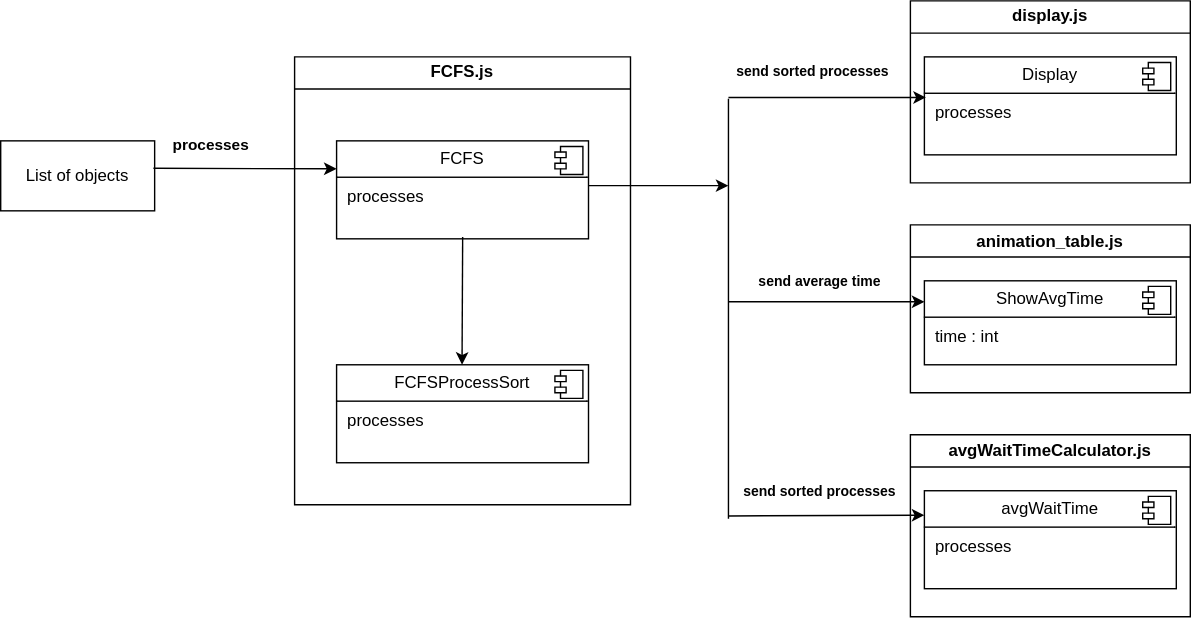
The draw.io diagram docs/Design/Diagrams/FCFS.drawio.svg in AmirShakibafar/OS-Visualizer, before a commit. Source tidied: cells renumbered, new cells last; positions are measured from the earlier drawing's top-left corner, leaving out a move shared by most shapes.
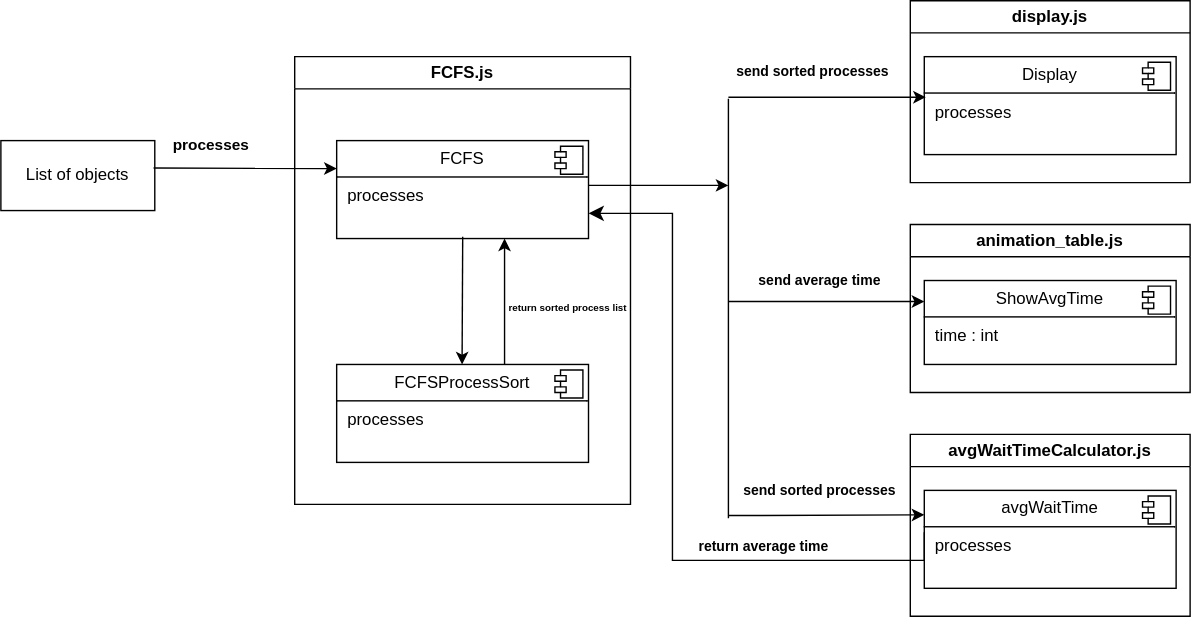
The same diagram one commit later.

Commit message:
made minor changes to fcfs diagram

Change to the diagram source:
```diff
@@ -52,6 +52,9 @@
         <mxPoint x="119.6" y="220" as="targetPoint" />
       </mxGeometry>
     </mxCell>
+    <mxCell id="32" value="&lt;font style=&quot;font-size: 7px;&quot;&gt;return sorted process list&lt;/font&gt;" style="text;align=center;fontStyle=1;verticalAlign=middle;spacingLeft=3;spacingRight=3;strokeColor=none;html=1;fontSize=7;" parent="13" vertex="1">
+      <mxGeometry x="150" y="170" width="90" height="20" as="geometry" />
+    </mxCell>
     <mxCell id="15" style="endArrow=classic;html=1;rounded=0;" parent="1" edge="1">
       <mxGeometry relative="1" as="geometry">
         <mxPoint x="420" y="132" as="sourcePoint" />
@@ -119,5 +122,25 @@
     <mxCell id="31" value="&lt;font style=&quot;font-size: 11px;&quot;&gt;processes&lt;/font&gt;" style="text;align=center;fontStyle=1;verticalAlign=middle;spacingLeft=3;spacingRight=3;strokeColor=none;html=1;" parent="1" vertex="1">
       <mxGeometry x="110" y="90" width="80" height="26" as="geometry" />
     </mxCell>
+    <mxCell id="33" value="&lt;font size=&quot;1&quot;&gt;return average time&lt;/font&gt;" style="text;align=center;fontStyle=1;verticalAlign=middle;spacingLeft=3;spacingRight=3;strokeColor=none;html=1;" parent="1" vertex="1">
+      <mxGeometry x="500" y="380" width="90" height="20" as="geometry" />
+    </mxCell>
+    <mxCell id="34" style="edgeStyle=segmentEdgeStyle;endArrow=classic;html=1;curved=0;rounded=0;endSize=8;startSize=8;sourcePerimeterSpacing=0;targetPerimeterSpacing=0;entryX=1;entryY=0.75;entryDx=0;entryDy=0;" parent="1" edge="1" target="9">
+      <mxGeometry relative="1" as="geometry">
+        <mxPoint x="660" y="380" as="sourcePoint" />
+        <Array as="points">
+          <mxPoint x="660" y="400" />
+          <mxPoint x="480" y="400" />
+          <mxPoint x="480" y="152" />
+          <mxPoint x="420" y="152" />
+        </Array>
+      </mxGeometry>
+    </mxCell>
+    <mxCell id="35" style="endArrow=classic;html=1;rounded=0;" parent="1" edge="1">
+      <mxGeometry relative="1" as="geometry">
+        <mxPoint x="360" y="260" as="sourcePoint" />
+        <mxPoint x="360" y="170" as="targetPoint" />
+      </mxGeometry>
+    </mxCell>
   </root>
 </mxGraphModel>
```
